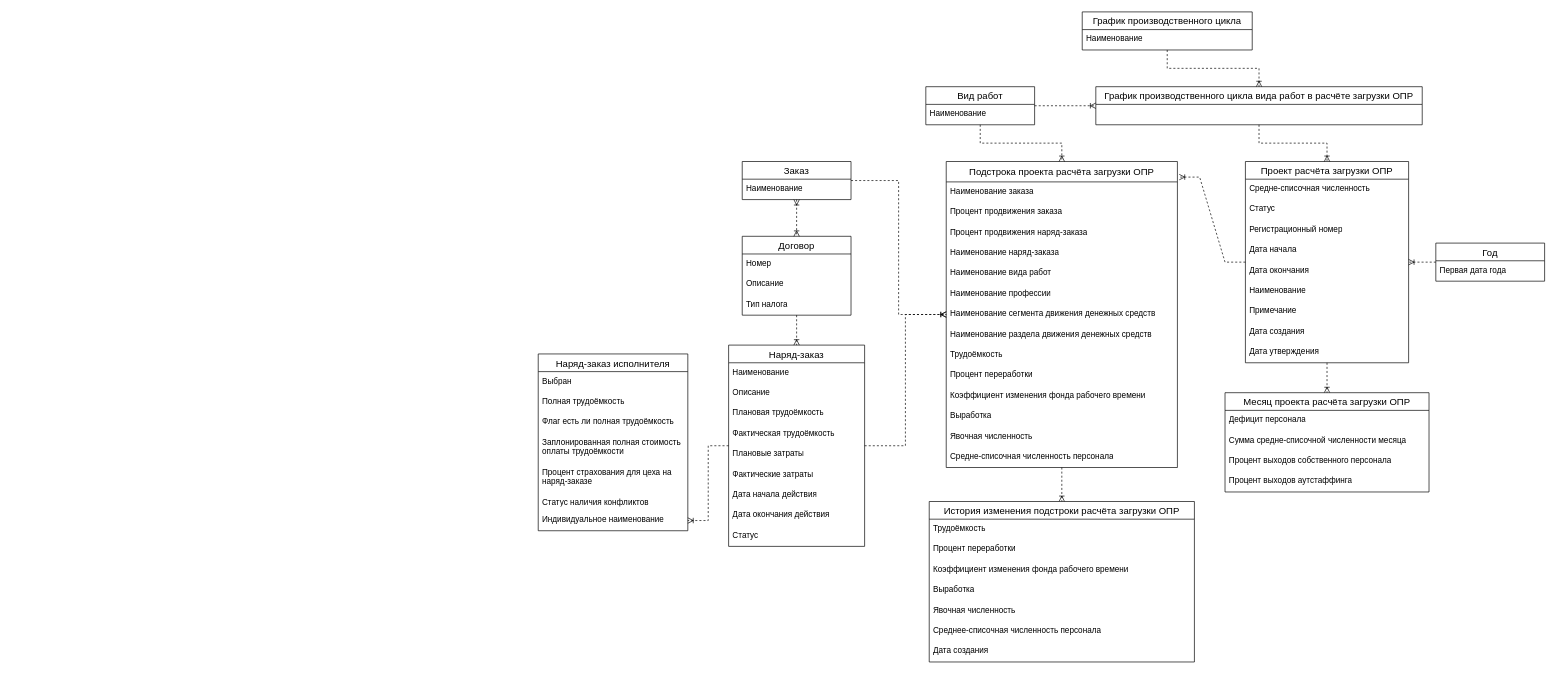
Earlier version of the draw.io diagram Логическая модель базы данных.drawio (VladZainullin/Diploma). Source tidied: cells renumbered, new cells numbered last; positions are measured from the earlier drawing's top-left corner, leaving out a move shared by most shapes. Both pictures are drawn from the tidied source at 68%, with x=0, y=0 at pixel (538, 12).
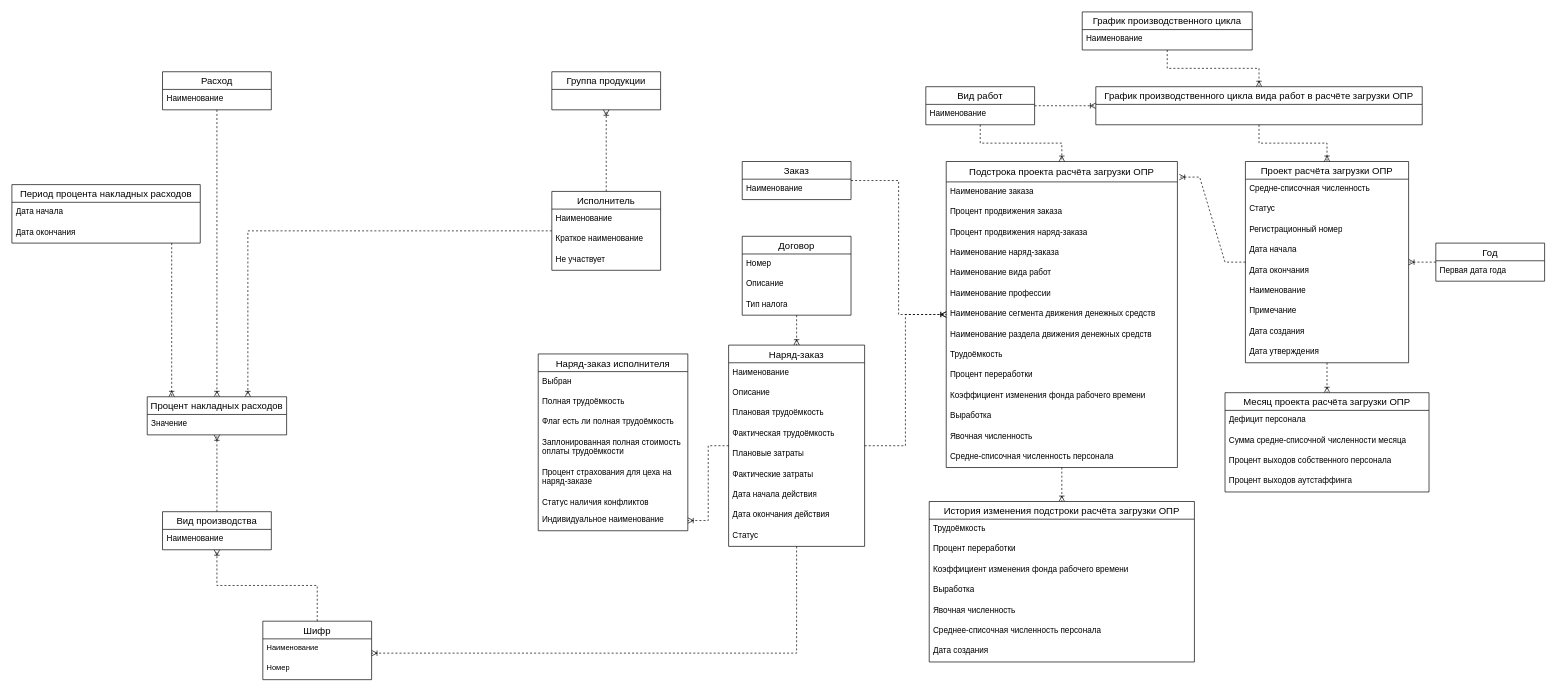
The same diagram, later.

The change refers to these unchanged cells:
```xml
<mxCell id="54" value="Наряд-заказ" style="swimlane;fontStyle=0;horizontal=1;startSize=26;align=center;fontSize=14;" parent="1" vertex="1">
  <mxGeometry x="280" y="490" width="200" height="296" as="geometry" />
</mxCell>
<mxCell id="76" value="Договор" style="swimlane;fontStyle=0;horizontal=1;startSize=26;align=center;fontSize=14;" parent="1" vertex="1">
  <mxGeometry x="300" y="330" width="160" height="116" as="geometry" />
</mxCell>
<mxCell id="82" value="Заказ" style="swimlane;fontStyle=0;horizontal=1;startSize=26;align=center;fontSize=14;" parent="1" vertex="1">
  <mxGeometry x="300" y="220" width="160" height="56" as="geometry" />
</mxCell>
```

Change to the diagram source:
```diff
@@
+    <mxCell id="84" style="edgeStyle=orthogonalEdgeStyle;rounded=0;jettySize=auto;html=1;dashed=1;strokeColor=default;align=center;verticalAlign=middle;fontFamily=Helvetica;fontSize=11;fontColor=default;labelBackgroundColor=default;endArrow=ERoneToMany;endFill=0;" parent="1" edge="1" source="54" target="105">
+      <mxGeometry relative="1" as="geometry">
+        <Array as="points">
+          <mxPoint x="380" y="943" />
+        </Array>
+      </mxGeometry>
+    </mxCell>
@@
-    <mxCell id="81" style="edgeStyle=orthogonalEdgeStyle;rounded=0;jettySize=auto;html=1;entryX=0.5;entryY=0;entryDx=0;entryDy=0;dashed=1;startArrow=ERoneToMany;startFill=0;endArrow=ERoneToMany;endFill=0;" parent="1" edge="1" source="82" target="76">
-      <mxGeometry relative="1" as="geometry" />
-    </mxCell>
@@
+    <mxCell id="85" value="Группа продукции" style="swimlane;fontStyle=0;horizontal=1;startSize=26;align=center;fontSize=14;" parent="1" vertex="1">
+      <mxGeometry x="20" y="88" width="160" height="56" as="geometry" />
+    </mxCell>
+    <mxCell id="86" style="edgeStyle=orthogonalEdgeStyle;rounded=0;jettySize=auto;html=1;dashed=1;endArrow=ERoneToMany;endFill=0;" parent="1" edge="1" source="88" target="85">
+      <mxGeometry relative="1" as="geometry" />
+    </mxCell>
+    <mxCell id="87" style="edgeStyle=orthogonalEdgeStyle;rounded=0;jettySize=auto;html=1;dashed=1;strokeColor=default;align=center;verticalAlign=middle;fontFamily=Helvetica;fontSize=11;fontColor=default;labelBackgroundColor=default;endArrow=ERoneToMany;endFill=0;" parent="1" edge="1" source="88" target="102">
+      <mxGeometry relative="1" as="geometry">
+        <Array as="points">
+          <mxPoint x="-427" y="322" />
+        </Array>
+      </mxGeometry>
+    </mxCell>
+    <mxCell id="88" value="Исполнитель" style="swimlane;fontStyle=0;horizontal=1;startSize=26;align=center;fontSize=14;" parent="1" vertex="1">
+      <mxGeometry x="20" y="264" width="160" height="116" as="geometry" />
+    </mxCell>
+    <mxCell id="89" value="Наименование" style="text;strokeColor=none;fillColor=none;spacingLeft=4;spacingRight=4;overflow=hidden;fontSize=12;whiteSpace=wrap;html=1;" parent="88" vertex="1">
+      <mxGeometry y="26" width="160" height="30" as="geometry" />
+    </mxCell>
+    <mxCell id="90" value="Краткое наименование" style="text;strokeColor=none;fillColor=none;spacingLeft=4;spacingRight=4;overflow=hidden;fontSize=12;whiteSpace=wrap;html=1;" parent="88" vertex="1">
+      <mxGeometry y="56" width="160" height="30" as="geometry" />
+    </mxCell>
+    <mxCell id="91" value="Не участвует" style="text;strokeColor=none;fillColor=none;spacingLeft=4;spacingRight=4;overflow=hidden;fontSize=12;whiteSpace=wrap;html=1;" parent="88" vertex="1">
+      <mxGeometry y="86" width="160" height="30" as="geometry" />
+    </mxCell>
+    <mxCell id="92" style="edgeStyle=orthogonalEdgeStyle;rounded=0;jettySize=auto;html=1;dashed=1;endArrow=ERoneToMany;endFill=0;strokeColor=default;" parent="1" edge="1" source="93" target="102">
+      <mxGeometry relative="1" as="geometry" />
+    </mxCell>
+    <mxCell id="93" value="Вид производства" style="swimlane;fontStyle=0;horizontal=1;startSize=26;align=center;fontSize=14;" parent="1" vertex="1">
+      <mxGeometry x="-552.5" y="735" width="160" height="56" as="geometry" />
+    </mxCell>
+    <mxCell id="94" value="Наименование" style="text;strokeColor=none;fillColor=none;spacingLeft=4;spacingRight=4;overflow=hidden;fontSize=12;whiteSpace=wrap;html=1;" parent="93" vertex="1">
+      <mxGeometry y="26" width="160" height="30" as="geometry" />
+    </mxCell>
+    <mxCell id="95" style="edgeStyle=orthogonalEdgeStyle;rounded=0;jettySize=auto;html=1;dashed=1;endArrow=ERoneToMany;endFill=0;" parent="1" edge="1" source="96" target="102">
+      <mxGeometry relative="1" as="geometry" />
+    </mxCell>
+    <mxCell id="96" value="Расход" style="swimlane;fontStyle=0;horizontal=1;startSize=26;align=center;fontSize=14;" parent="1" vertex="1">
+      <mxGeometry x="-552.5" y="88" width="160" height="56" as="geometry" />
+    </mxCell>
+    <mxCell id="97" value="Наименование" style="text;strokeColor=none;fillColor=none;spacingLeft=4;spacingRight=4;overflow=hidden;fontSize=12;whiteSpace=wrap;html=1;" parent="96" vertex="1">
+      <mxGeometry y="26" width="160" height="30" as="geometry" />
+    </mxCell>
+    <mxCell id="98" style="edgeStyle=orthogonalEdgeStyle;rounded=0;jettySize=auto;html=1;dashed=1;endArrow=ERoneToMany;endFill=0;" parent="1" edge="1" source="99" target="102">
+      <mxGeometry relative="1" as="geometry">
+        <Array as="points">
+          <mxPoint x="-539" y="451" />
+          <mxPoint x="-539" y="451" />
+        </Array>
+      </mxGeometry>
+    </mxCell>
+    <mxCell id="99" value="Период процента накладных расходов" style="swimlane;fontStyle=0;horizontal=1;startSize=26;align=center;fontSize=14;" parent="1" vertex="1">
+      <mxGeometry x="-774" y="254" width="277" height="86" as="geometry" />
+    </mxCell>
+    <mxCell id="100" value="Дата начала" style="text;strokeColor=none;fillColor=none;spacingLeft=4;spacingRight=4;overflow=hidden;fontSize=12;whiteSpace=wrap;html=1;" parent="99" vertex="1">
+      <mxGeometry y="26" width="277" height="30" as="geometry" />
+    </mxCell>
+    <mxCell id="101" value="Дата окончания" style="text;strokeColor=none;fillColor=none;spacingLeft=4;spacingRight=4;overflow=hidden;fontSize=12;whiteSpace=wrap;html=1;" parent="99" vertex="1">
+      <mxGeometry y="56" width="277" height="30" as="geometry" />
+    </mxCell>
+    <mxCell id="102" value="Процент накладных расходов" style="swimlane;fontStyle=0;horizontal=1;startSize=26;align=center;fontSize=14;" parent="1" vertex="1">
+      <mxGeometry x="-575" y="566" width="205" height="56" as="geometry" />
+    </mxCell>
+    <mxCell id="103" value="Значение" style="text;strokeColor=none;fillColor=none;spacingLeft=4;spacingRight=4;overflow=hidden;fontSize=12;whiteSpace=wrap;html=1;" parent="102" vertex="1">
+      <mxGeometry y="26" width="205" height="30" as="geometry" />
+    </mxCell>
+    <mxCell id="104" style="edgeStyle=orthogonalEdgeStyle;rounded=0;jettySize=auto;html=1;dashed=1;strokeColor=default;align=center;verticalAlign=middle;fontFamily=Helvetica;fontSize=11;fontColor=default;labelBackgroundColor=default;endArrow=ERoneToMany;endFill=0;" parent="1" edge="1" source="105" target="93">
+      <mxGeometry relative="1" as="geometry" />
+    </mxCell>
+    <mxCell id="105" value="Шифр" style="swimlane;fontStyle=0;horizontal=1;startSize=26;align=center;fontSize=14;fontFamily=Helvetica;fontColor=default;labelBackgroundColor=default;" parent="1" vertex="1">
+      <mxGeometry x="-405" y="896" width="160" height="86" as="geometry" />
+    </mxCell>
+    <mxCell id="106" value="Наименование" style="text;strokeColor=none;fillColor=none;spacingLeft=4;spacingRight=4;overflow=hidden;fontSize=11;whiteSpace=wrap;html=1;fontFamily=Helvetica;fontColor=default;labelBackgroundColor=default;" parent="105" vertex="1">
+      <mxGeometry y="26" width="160" height="30" as="geometry" />
+    </mxCell>
+    <mxCell id="107" value="Номер" style="text;strokeColor=none;fillColor=none;spacingLeft=4;spacingRight=4;overflow=hidden;fontSize=11;whiteSpace=wrap;html=1;fontFamily=Helvetica;fontColor=default;labelBackgroundColor=default;" parent="105" vertex="1">
+      <mxGeometry y="56" width="160" height="30" as="geometry" />
+    </mxCell>
```
